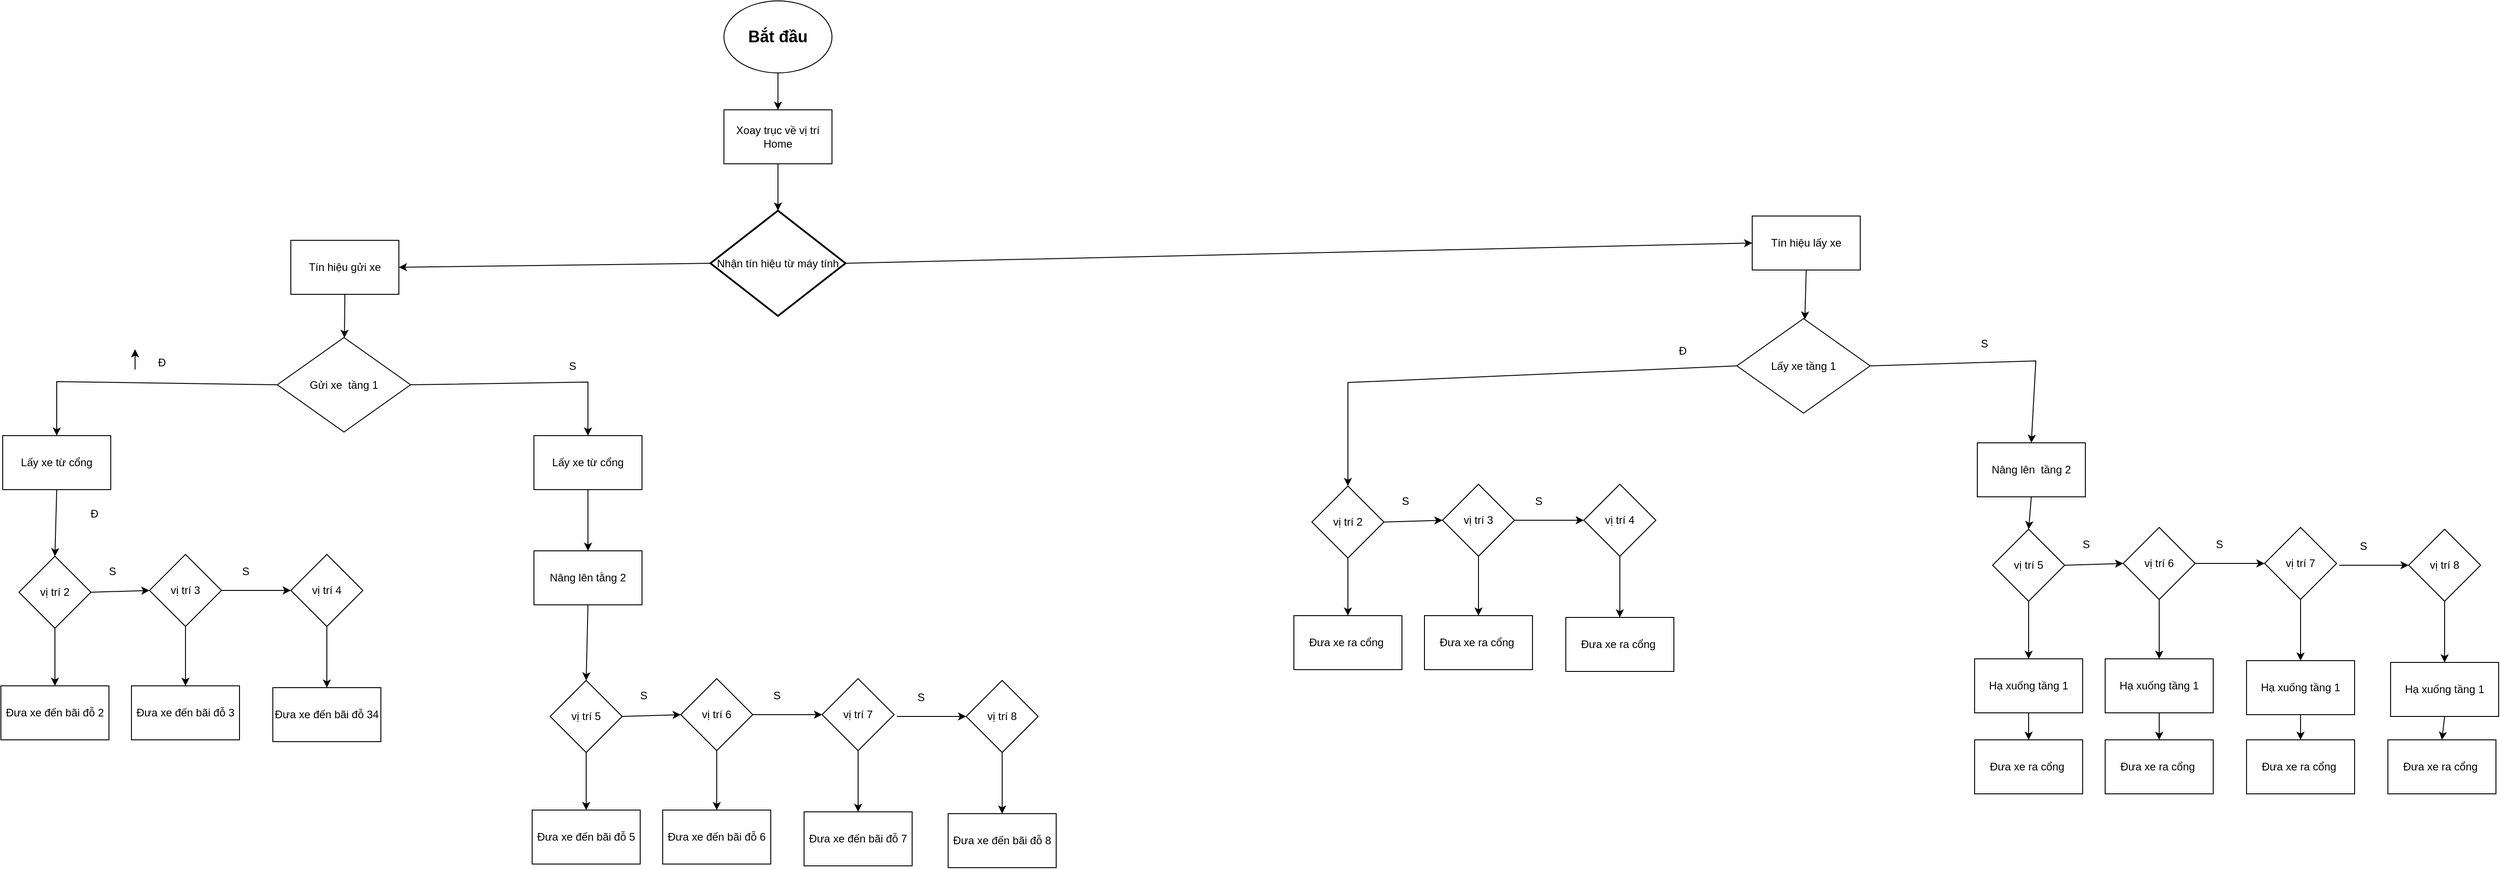
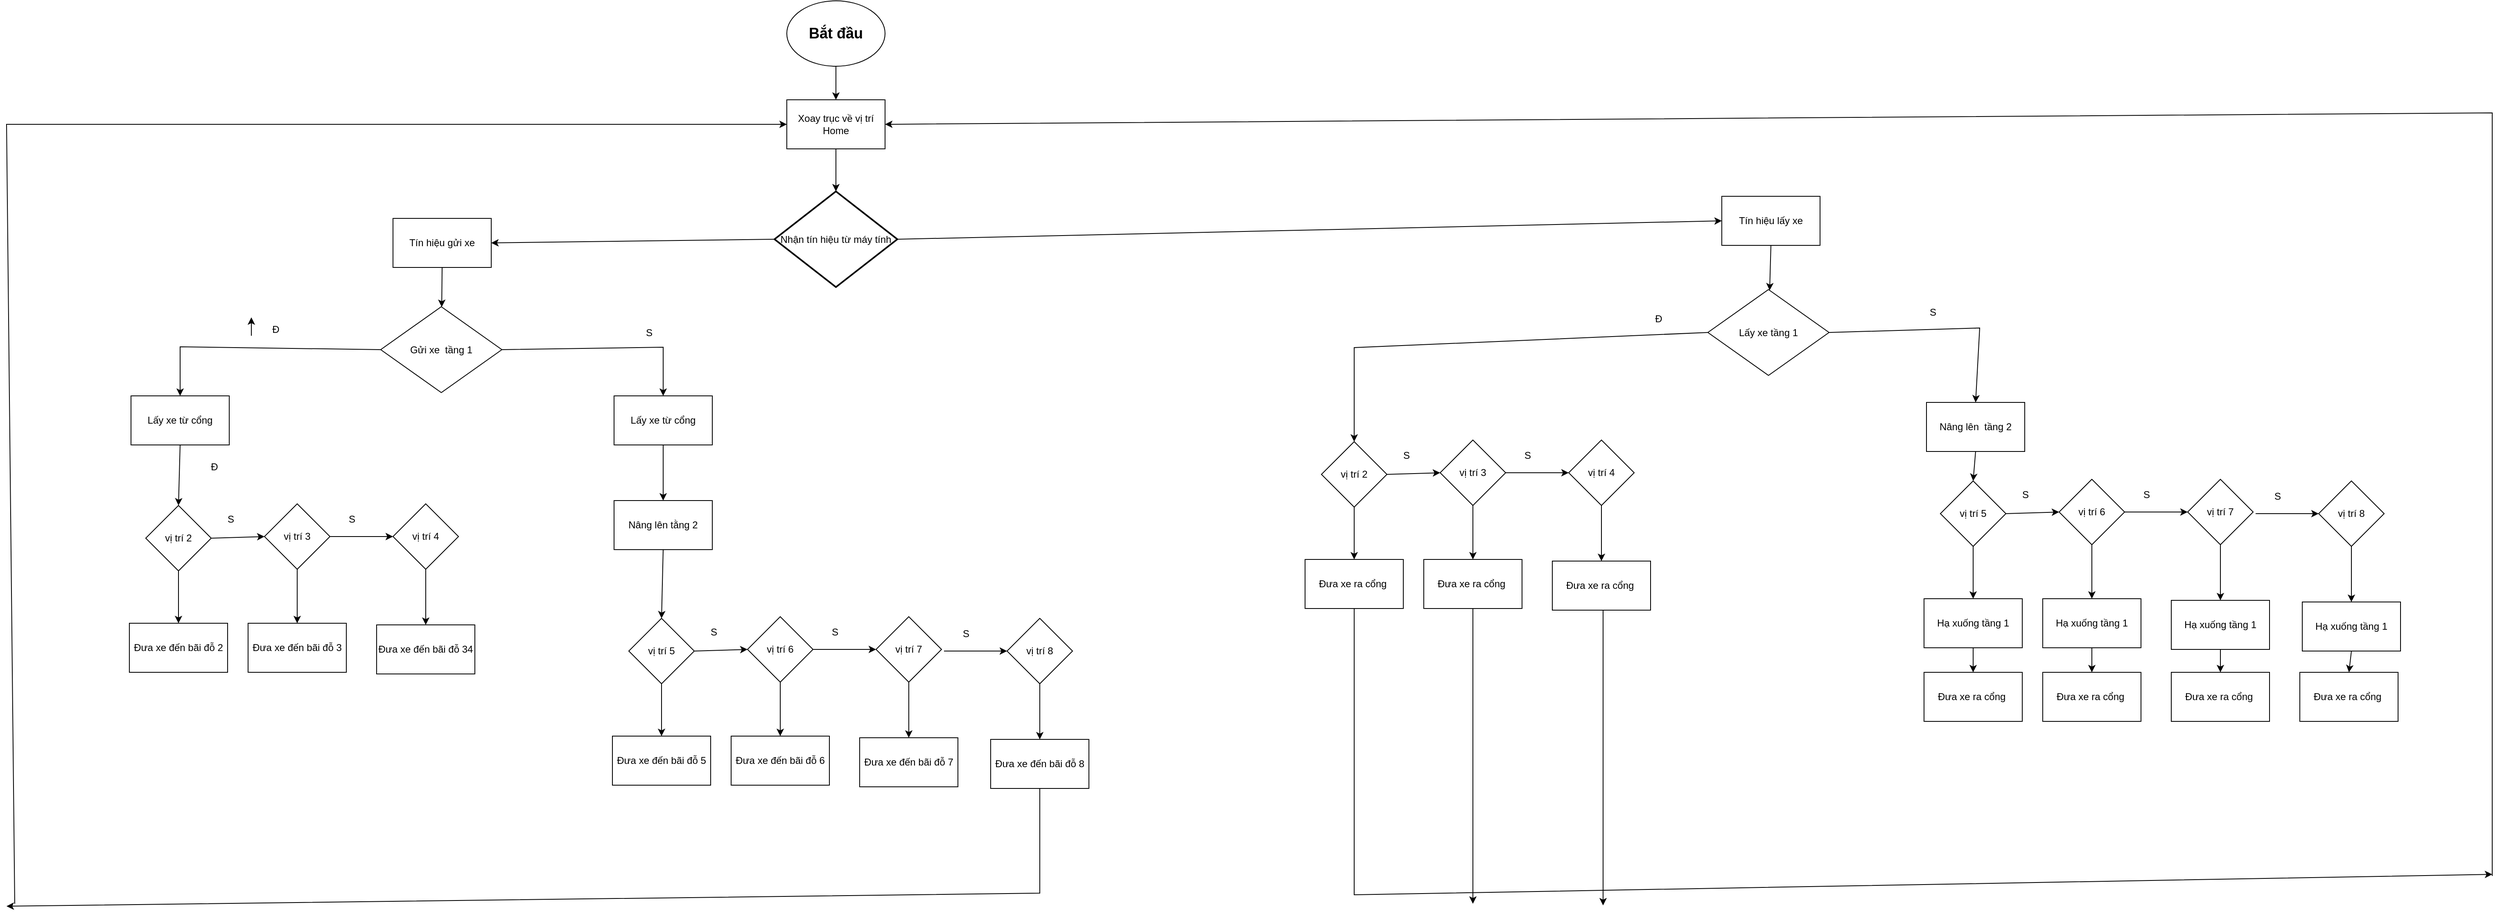
<mxfile host="app.diagrams.net">
  <diagram name="Page-1" id="GJrhtHB-xQ475z6E992f">
-     <mxGraphModel dx="2555" dy="4710" grid="0" gridSize="10" guides="1" tooltips="1" connect="1" arrows="0" fold="1" page="1" pageScale="1" pageWidth="4681" pageHeight="3300" math="0" shadow="0">
+     <mxGraphModel dx="2920" dy="4911" grid="0" gridSize="10" guides="1" tooltips="1" connect="1" arrows="0" fold="1" page="1" pageScale="1" pageWidth="4681" pageHeight="3300" math="0" shadow="0">
      <root>
        <mxCell id="0" />
        <mxCell id="1" parent="0" />
        <mxCell id="gv57a_h_J0GcEr8g6lP8-1" parent="1" style="ellipse;whiteSpace=wrap;html=1;" value="&lt;b&gt;&lt;font style=&quot;font-size: 18px;&quot;&gt;Bắt đầu&lt;/font&gt;&lt;/b&gt;" vertex="1">
          <mxGeometry height="80" width="120" x="1292" y="-2869" as="geometry" />
        </mxCell>
        <mxCell id="gv57a_h_J0GcEr8g6lP8-4" parent="1" style="rounded=0;whiteSpace=wrap;html=1;" value="Xoay trục về vị trí Home" vertex="1">
          <mxGeometry height="60" width="120" x="1292" y="-2748" as="geometry" />
        </mxCell>
        <mxCell id="gv57a_h_J0GcEr8g6lP8-5" edge="1" parent="1" source="gv57a_h_J0GcEr8g6lP8-1" style="endArrow=classic;html=1;rounded=0;exitX=0.5;exitY=1;exitDx=0;exitDy=0;entryX=0.5;entryY=0;entryDx=0;entryDy=0;" target="gv57a_h_J0GcEr8g6lP8-4" value="">
          <mxGeometry height="50" relative="1" width="50" as="geometry">
            <mxPoint x="1364" y="-2559" as="sourcePoint" />
            <mxPoint x="1414" y="-2609" as="targetPoint" />
          </mxGeometry>
        </mxCell>
        <mxCell id="gv57a_h_J0GcEr8g6lP8-7" edge="1" parent="1" source="gv57a_h_J0GcEr8g6lP8-4" style="endArrow=classic;html=1;rounded=0;exitX=0.5;exitY=1;exitDx=0;exitDy=0;entryX=0.5;entryY=0;entryDx=0;entryDy=0;entryPerimeter=0;" target="gv57a_h_J0GcEr8g6lP8-8" value="">
          <mxGeometry height="50" relative="1" width="50" as="geometry">
            <mxPoint x="1364" y="-2559" as="sourcePoint" />
            <mxPoint x="1352" y="-2634" as="targetPoint" />
          </mxGeometry>
        </mxCell>
        <mxCell id="gv57a_h_J0GcEr8g6lP8-8" parent="1" style="strokeWidth=2;html=1;shape=mxgraph.flowchart.decision;whiteSpace=wrap;" value="Nhận tín hiệu từ máy tính" vertex="1">
          <mxGeometry height="117" width="150" x="1277" y="-2636" as="geometry" />
        </mxCell>
        <mxCell id="gv57a_h_J0GcEr8g6lP8-9" parent="1" style="rounded=0;whiteSpace=wrap;html=1;" value="Tín hiệu lấy xe" vertex="1">
          <mxGeometry height="60" width="120" x="2434" y="-2630" as="geometry" />
        </mxCell>
        <mxCell id="gv57a_h_J0GcEr8g6lP8-10" parent="1" style="rounded=0;whiteSpace=wrap;html=1;" value="Tín hiệu gửi xe" vertex="1">
          <mxGeometry height="60" width="120" x="811" y="-2603" as="geometry" />
        </mxCell>
        <mxCell id="gv57a_h_J0GcEr8g6lP8-11" edge="1" parent="1" source="gv57a_h_J0GcEr8g6lP8-8" style="endArrow=classic;html=1;rounded=0;exitX=1;exitY=0.5;exitDx=0;exitDy=0;exitPerimeter=0;entryX=0;entryY=0.5;entryDx=0;entryDy=0;" target="gv57a_h_J0GcEr8g6lP8-9" value="">
          <mxGeometry height="50" relative="1" width="50" as="geometry">
            <mxPoint x="1811" y="-2581" as="sourcePoint" />
            <mxPoint x="1820" y="-2612.5" as="targetPoint" />
          </mxGeometry>
        </mxCell>
        <mxCell id="gv57a_h_J0GcEr8g6lP8-12" edge="1" parent="1" source="gv57a_h_J0GcEr8g6lP8-8" style="endArrow=classic;html=1;rounded=0;entryX=1;entryY=0.5;entryDx=0;entryDy=0;exitX=0;exitY=0.5;exitDx=0;exitDy=0;exitPerimeter=0;" target="gv57a_h_J0GcEr8g6lP8-10" value="">
          <mxGeometry height="50" relative="1" width="50" as="geometry">
            <mxPoint x="1158" y="-2571.5" as="sourcePoint" />
            <mxPoint x="1319" y="-2603.5" as="targetPoint" />
          </mxGeometry>
        </mxCell>
        <mxCell id="gv57a_h_J0GcEr8g6lP8-13" parent="1" style="rhombus;whiteSpace=wrap;html=1;" value="Gửi xe&amp;nbsp; tầng 1" vertex="1">
          <mxGeometry height="105" width="148" x="796" y="-2495" as="geometry" />
        </mxCell>
        <mxCell id="gv57a_h_J0GcEr8g6lP8-14" edge="1" parent="1" source="gv57a_h_J0GcEr8g6lP8-10" style="endArrow=classic;html=1;rounded=0;exitX=0.5;exitY=1;exitDx=0;exitDy=0;" target="gv57a_h_J0GcEr8g6lP8-13" value="">
          <mxGeometry height="50" relative="1" width="50" as="geometry">
            <mxPoint x="1302" y="-2453.5" as="sourcePoint" />
            <mxPoint x="1352" y="-2503.5" as="targetPoint" />
          </mxGeometry>
        </mxCell>
        <mxCell id="gv57a_h_J0GcEr8g6lP8-15" parent="1" style="rounded=0;whiteSpace=wrap;html=1;" value="Lấy xe từ cổng" vertex="1">
          <mxGeometry height="60" width="120" x="491" y="-2386" as="geometry" />
        </mxCell>
        <mxCell id="gv57a_h_J0GcEr8g6lP8-16" parent="1" style="rounded=0;whiteSpace=wrap;html=1;" value="Lấy xe từ cổng" vertex="1">
          <mxGeometry height="60" width="120" x="1081" y="-2386" as="geometry" />
        </mxCell>
        <mxCell id="gv57a_h_J0GcEr8g6lP8-17" edge="1" parent="1" source="gv57a_h_J0GcEr8g6lP8-13" style="endArrow=classic;html=1;rounded=0;exitX=1;exitY=0.5;exitDx=0;exitDy=0;entryX=0.5;entryY=0;entryDx=0;entryDy=0;" target="gv57a_h_J0GcEr8g6lP8-16" value="">
          <mxGeometry height="50" relative="1" width="50" as="geometry">
            <Array as="points">
              <mxPoint x="1141" y="-2445.5" />
            </Array>
            <mxPoint x="1269" y="-2453.5" as="sourcePoint" />
            <mxPoint x="1319" y="-2503.5" as="targetPoint" />
          </mxGeometry>
        </mxCell>
        <mxCell id="gv57a_h_J0GcEr8g6lP8-18" edge="1" parent="1" source="gv57a_h_J0GcEr8g6lP8-13" style="endArrow=classic;html=1;rounded=0;exitX=0;exitY=0.5;exitDx=0;exitDy=0;entryX=0.5;entryY=0;entryDx=0;entryDy=0;" target="gv57a_h_J0GcEr8g6lP8-15" value="">
          <mxGeometry height="50" relative="1" width="50" as="geometry">
            <Array as="points">
              <mxPoint x="551" y="-2446" />
            </Array>
            <mxPoint x="1386" y="-2459" as="sourcePoint" />
            <mxPoint x="1436" y="-2509" as="targetPoint" />
          </mxGeometry>
        </mxCell>
        <mxCell id="gv57a_h_J0GcEr8g6lP8-19" parent="1" style="rhombus;whiteSpace=wrap;html=1;" value="Lấy xe tầng 1" vertex="1">
          <mxGeometry height="105" width="148" x="2417" y="-2516" as="geometry" />
        </mxCell>
        <mxCell id="gv57a_h_J0GcEr8g6lP8-22" edge="1" parent="1" source="gv57a_h_J0GcEr8g6lP8-19" style="endArrow=classic;html=1;rounded=0;exitX=1;exitY=0.5;exitDx=0;exitDy=0;entryX=0.5;entryY=0;entryDx=0;entryDy=0;" target="Hq5QgyVw3-6yqGqQHbII-15" value="">
          <mxGeometry height="50" relative="1" width="50" as="geometry">
            <Array as="points">
              <mxPoint x="2749" y="-2469" />
            </Array>
            <mxPoint x="3198" y="-2478.5" as="sourcePoint" />
            <mxPoint x="2727.0000000000005" y="-2378.5" as="targetPoint" />
          </mxGeometry>
        </mxCell>
        <mxCell id="gv57a_h_J0GcEr8g6lP8-23" edge="1" parent="1" source="gv57a_h_J0GcEr8g6lP8-19" style="endArrow=classic;html=1;rounded=0;exitX=0;exitY=0.5;exitDx=0;exitDy=0;entryX=0.5;entryY=0;entryDx=0;entryDy=0;" target="Hq5QgyVw3-6yqGqQHbII-1" value="">
          <mxGeometry height="50" relative="1" width="50" as="geometry">
            <Array as="points">
              <mxPoint x="1985" y="-2445" />
            </Array>
            <mxPoint x="2222" y="-2462.5" as="sourcePoint" />
            <mxPoint x="1860" y="-2363.5" as="targetPoint" />
          </mxGeometry>
        </mxCell>
        <mxCell id="gv57a_h_J0GcEr8g6lP8-24" edge="1" parent="1" source="gv57a_h_J0GcEr8g6lP8-9" style="endArrow=classic;html=1;rounded=0;exitX=0.5;exitY=1;exitDx=0;exitDy=0;" target="gv57a_h_J0GcEr8g6lP8-19" value="">
          <mxGeometry height="50" relative="1" width="50" as="geometry">
            <mxPoint x="1770" y="-2383.5" as="sourcePoint" />
            <mxPoint x="1820" y="-2433.5" as="targetPoint" />
          </mxGeometry>
        </mxCell>
        <mxCell id="gv57a_h_J0GcEr8g6lP8-25" parent="1" style="text;html=1;whiteSpace=wrap;strokeColor=none;fillColor=none;align=center;verticalAlign=middle;rounded=0;" value="Đ" vertex="1">
          <mxGeometry height="30" width="60" x="638" y="-2482" as="geometry" />
        </mxCell>
        <mxCell id="gv57a_h_J0GcEr8g6lP8-26" parent="1" style="text;html=1;whiteSpace=wrap;strokeColor=none;fillColor=none;align=center;verticalAlign=middle;rounded=0;" value="S" vertex="1">
          <mxGeometry height="30" width="60" x="1094" y="-2478.5" as="geometry" />
        </mxCell>
        <mxCell id="gv57a_h_J0GcEr8g6lP8-28" parent="1" style="text;html=1;whiteSpace=wrap;strokeColor=none;fillColor=none;align=center;verticalAlign=middle;rounded=0;" value="Đ" vertex="1">
          <mxGeometry height="30" width="60" x="2327" y="-2495" as="geometry" />
        </mxCell>
        <mxCell id="gv57a_h_J0GcEr8g6lP8-30" parent="1" style="text;html=1;whiteSpace=wrap;strokeColor=none;fillColor=none;align=center;verticalAlign=middle;rounded=0;" value="S" vertex="1">
          <mxGeometry height="30" width="60" x="2662" y="-2503" as="geometry" />
        </mxCell>
        <mxCell id="gv57a_h_J0GcEr8g6lP8-31" parent="1" style="rhombus;whiteSpace=wrap;html=1;" value="vị trí 2" vertex="1">
          <mxGeometry height="80" width="80" x="509" y="-2252" as="geometry" />
        </mxCell>
        <mxCell id="gv57a_h_J0GcEr8g6lP8-32" parent="1" style="rhombus;whiteSpace=wrap;html=1;" value="vị trí 3" vertex="1">
          <mxGeometry height="80" width="80" x="654" y="-2254" as="geometry" />
        </mxCell>
        <mxCell id="gv57a_h_J0GcEr8g6lP8-33" parent="1" style="rhombus;whiteSpace=wrap;html=1;" value="vị trí 4" vertex="1">
          <mxGeometry height="80" width="80" x="811" y="-2254" as="geometry" />
        </mxCell>
        <mxCell id="gv57a_h_J0GcEr8g6lP8-37" edge="1" parent="1" source="gv57a_h_J0GcEr8g6lP8-31" style="endArrow=classic;html=1;rounded=0;exitX=1;exitY=0.5;exitDx=0;exitDy=0;entryX=0;entryY=0.5;entryDx=0;entryDy=0;" target="gv57a_h_J0GcEr8g6lP8-32" value="">
          <mxGeometry height="50" relative="1" width="50" as="geometry">
            <mxPoint x="1128" y="-2278" as="sourcePoint" />
            <mxPoint x="1178" y="-2328" as="targetPoint" />
          </mxGeometry>
        </mxCell>
        <mxCell id="gv57a_h_J0GcEr8g6lP8-38" edge="1" parent="1" source="gv57a_h_J0GcEr8g6lP8-15" style="endArrow=classic;html=1;rounded=0;exitX=0.5;exitY=1;exitDx=0;exitDy=0;entryX=0.5;entryY=0;entryDx=0;entryDy=0;" target="gv57a_h_J0GcEr8g6lP8-31" value="">
          <mxGeometry height="50" relative="1" width="50" as="geometry">
            <mxPoint x="1121" y="-2266" as="sourcePoint" />
            <mxPoint x="1171" y="-2316" as="targetPoint" />
          </mxGeometry>
        </mxCell>
        <mxCell id="gv57a_h_J0GcEr8g6lP8-39" edge="1" parent="1" source="gv57a_h_J0GcEr8g6lP8-32" style="endArrow=classic;html=1;rounded=0;exitX=1;exitY=0.5;exitDx=0;exitDy=0;entryX=0;entryY=0.5;entryDx=0;entryDy=0;" target="gv57a_h_J0GcEr8g6lP8-33" value="">
          <mxGeometry height="50" relative="1" width="50" as="geometry">
            <mxPoint x="1121" y="-2266" as="sourcePoint" />
            <mxPoint x="1171" y="-2316" as="targetPoint" />
          </mxGeometry>
        </mxCell>
        <mxCell id="qodCVxMkwnfkt2WPn_CC-1" parent="1" style="text;html=1;whiteSpace=wrap;strokeColor=none;fillColor=none;align=center;verticalAlign=middle;rounded=0;" value="Đ" vertex="1">
          <mxGeometry height="30" width="60" x="563" y="-2314" as="geometry" />
        </mxCell>
        <mxCell id="qodCVxMkwnfkt2WPn_CC-2" parent="1" style="text;html=1;whiteSpace=wrap;strokeColor=none;fillColor=none;align=center;verticalAlign=middle;rounded=0;" value="S" vertex="1">
          <mxGeometry height="30" width="60" x="583" y="-2250" as="geometry" />
        </mxCell>
        <mxCell id="qodCVxMkwnfkt2WPn_CC-3" parent="1" style="text;html=1;whiteSpace=wrap;strokeColor=none;fillColor=none;align=center;verticalAlign=middle;rounded=0;" value="S" vertex="1">
          <mxGeometry height="30" width="60" x="731" y="-2250" as="geometry" />
        </mxCell>
        <mxCell id="qodCVxMkwnfkt2WPn_CC-4" parent="1" style="rounded=0;whiteSpace=wrap;html=1;" value="Đưa xe đến bãi đỗ 2" vertex="1">
          <mxGeometry height="60" width="120" x="489" y="-2108" as="geometry" />
        </mxCell>
        <mxCell id="qodCVxMkwnfkt2WPn_CC-5" edge="1" parent="1" source="gv57a_h_J0GcEr8g6lP8-31" style="endArrow=classic;html=1;rounded=0;exitX=0.5;exitY=1;exitDx=0;exitDy=0;entryX=0.5;entryY=0;entryDx=0;entryDy=0;" target="qodCVxMkwnfkt2WPn_CC-4" value="">
          <mxGeometry height="50" relative="1" width="50" as="geometry">
            <mxPoint x="1106" y="-2136" as="sourcePoint" />
            <mxPoint x="1156" y="-2186" as="targetPoint" />
          </mxGeometry>
        </mxCell>
        <mxCell id="qodCVxMkwnfkt2WPn_CC-6" parent="1" style="rounded=0;whiteSpace=wrap;html=1;" value="Đưa xe đến bãi đỗ 3" vertex="1">
          <mxGeometry height="60" width="120" x="634" y="-2108" as="geometry" />
        </mxCell>
        <mxCell id="qodCVxMkwnfkt2WPn_CC-7" parent="1" style="rounded=0;whiteSpace=wrap;html=1;" value="Đưa xe đến bãi đỗ 34" vertex="1">
          <mxGeometry height="60" width="120" x="791" y="-2106" as="geometry" />
        </mxCell>
        <mxCell id="qodCVxMkwnfkt2WPn_CC-8" edge="1" parent="1" source="gv57a_h_J0GcEr8g6lP8-32" style="endArrow=classic;html=1;rounded=0;exitX=0.5;exitY=1;exitDx=0;exitDy=0;entryX=0.5;entryY=0;entryDx=0;entryDy=0;" target="qodCVxMkwnfkt2WPn_CC-6" value="">
          <mxGeometry height="50" relative="1" width="50" as="geometry">
            <mxPoint x="1106" y="-2136" as="sourcePoint" />
            <mxPoint x="1156" y="-2186" as="targetPoint" />
          </mxGeometry>
        </mxCell>
        <mxCell id="qodCVxMkwnfkt2WPn_CC-9" edge="1" parent="1" source="gv57a_h_J0GcEr8g6lP8-33" style="endArrow=classic;html=1;rounded=0;exitX=0.5;exitY=1;exitDx=0;exitDy=0;entryX=0.5;entryY=0;entryDx=0;entryDy=0;" target="qodCVxMkwnfkt2WPn_CC-7" value="">
          <mxGeometry height="50" relative="1" width="50" as="geometry">
            <mxPoint x="1106" y="-2136" as="sourcePoint" />
            <mxPoint x="1156" y="-2186" as="targetPoint" />
          </mxGeometry>
        </mxCell>
        <mxCell id="qodCVxMkwnfkt2WPn_CC-10" edge="1" parent="1" source="gv57a_h_J0GcEr8g6lP8-25" style="edgeStyle=orthogonalEdgeStyle;rounded=0;orthogonalLoop=1;jettySize=auto;html=1;exitX=0;exitY=0.75;exitDx=0;exitDy=0;entryX=0;entryY=0;entryDx=0;entryDy=0;" target="gv57a_h_J0GcEr8g6lP8-25">
          <mxGeometry relative="1" as="geometry" />
        </mxCell>
        <mxCell id="qodCVxMkwnfkt2WPn_CC-11" parent="1" style="rounded=0;whiteSpace=wrap;html=1;" value="Nâng lên tằng 2" vertex="1">
          <mxGeometry height="60" width="120" x="1081" y="-2258" as="geometry" />
        </mxCell>
        <mxCell id="qodCVxMkwnfkt2WPn_CC-12" parent="1" style="rhombus;whiteSpace=wrap;html=1;" value="vị trí 5" vertex="1">
          <mxGeometry height="80" width="80" x="1099" y="-2114" as="geometry" />
        </mxCell>
        <mxCell id="qodCVxMkwnfkt2WPn_CC-13" parent="1" style="rhombus;whiteSpace=wrap;html=1;" value="vị trí 6" vertex="1">
          <mxGeometry height="80" width="80" x="1244" y="-2116" as="geometry" />
        </mxCell>
        <mxCell id="qodCVxMkwnfkt2WPn_CC-14" parent="1" style="rhombus;whiteSpace=wrap;html=1;" value="vị trí 7" vertex="1">
          <mxGeometry height="80" width="80" x="1401" y="-2116" as="geometry" />
        </mxCell>
        <mxCell id="qodCVxMkwnfkt2WPn_CC-15" edge="1" parent="1" source="qodCVxMkwnfkt2WPn_CC-12" style="endArrow=classic;html=1;rounded=0;exitX=1;exitY=0.5;exitDx=0;exitDy=0;entryX=0;entryY=0.5;entryDx=0;entryDy=0;" target="qodCVxMkwnfkt2WPn_CC-13" value="">
          <mxGeometry height="50" relative="1" width="50" as="geometry">
            <mxPoint x="1718" y="-2140" as="sourcePoint" />
            <mxPoint x="1768" y="-2190" as="targetPoint" />
          </mxGeometry>
        </mxCell>
        <mxCell id="qodCVxMkwnfkt2WPn_CC-16" edge="1" parent="1" source="qodCVxMkwnfkt2WPn_CC-13" style="endArrow=classic;html=1;rounded=0;exitX=1;exitY=0.5;exitDx=0;exitDy=0;entryX=0;entryY=0.5;entryDx=0;entryDy=0;" target="qodCVxMkwnfkt2WPn_CC-14" value="">
          <mxGeometry height="50" relative="1" width="50" as="geometry">
            <mxPoint x="1711" y="-2128" as="sourcePoint" />
            <mxPoint x="1761" y="-2178" as="targetPoint" />
          </mxGeometry>
        </mxCell>
        <mxCell id="qodCVxMkwnfkt2WPn_CC-17" parent="1" style="text;html=1;whiteSpace=wrap;strokeColor=none;fillColor=none;align=center;verticalAlign=middle;rounded=0;" value="S" vertex="1">
          <mxGeometry height="30" width="60" x="1173" y="-2112" as="geometry" />
        </mxCell>
        <mxCell id="qodCVxMkwnfkt2WPn_CC-18" parent="1" style="text;html=1;whiteSpace=wrap;strokeColor=none;fillColor=none;align=center;verticalAlign=middle;rounded=0;" value="S" vertex="1">
          <mxGeometry height="30" width="60" x="1321" y="-2112" as="geometry" />
        </mxCell>
        <mxCell id="qodCVxMkwnfkt2WPn_CC-19" parent="1" style="rounded=0;whiteSpace=wrap;html=1;" value="Đưa xe đến bãi đỗ 5" vertex="1">
          <mxGeometry height="60" width="120" x="1079" y="-1970" as="geometry" />
        </mxCell>
        <mxCell id="qodCVxMkwnfkt2WPn_CC-20" edge="1" parent="1" source="qodCVxMkwnfkt2WPn_CC-12" style="endArrow=classic;html=1;rounded=0;exitX=0.5;exitY=1;exitDx=0;exitDy=0;entryX=0.5;entryY=0;entryDx=0;entryDy=0;" target="qodCVxMkwnfkt2WPn_CC-19" value="">
          <mxGeometry height="50" relative="1" width="50" as="geometry">
            <mxPoint x="1696" y="-1998" as="sourcePoint" />
            <mxPoint x="1746" y="-2048" as="targetPoint" />
          </mxGeometry>
        </mxCell>
        <mxCell id="qodCVxMkwnfkt2WPn_CC-21" parent="1" style="rounded=0;whiteSpace=wrap;html=1;" value="Đưa xe đến bãi đỗ 6" vertex="1">
          <mxGeometry height="60" width="120" x="1224" y="-1970" as="geometry" />
        </mxCell>
        <mxCell id="qodCVxMkwnfkt2WPn_CC-22" parent="1" style="rounded=0;whiteSpace=wrap;html=1;" value="Đưa xe đến bãi đỗ 7" vertex="1">
          <mxGeometry height="60" width="120" x="1381" y="-1968" as="geometry" />
        </mxCell>
        <mxCell id="qodCVxMkwnfkt2WPn_CC-23" edge="1" parent="1" source="qodCVxMkwnfkt2WPn_CC-13" style="endArrow=classic;html=1;rounded=0;exitX=0.5;exitY=1;exitDx=0;exitDy=0;entryX=0.5;entryY=0;entryDx=0;entryDy=0;" target="qodCVxMkwnfkt2WPn_CC-21" value="">
          <mxGeometry height="50" relative="1" width="50" as="geometry">
            <mxPoint x="1696" y="-1998" as="sourcePoint" />
            <mxPoint x="1746" y="-2048" as="targetPoint" />
          </mxGeometry>
        </mxCell>
        <mxCell id="qodCVxMkwnfkt2WPn_CC-24" edge="1" parent="1" source="qodCVxMkwnfkt2WPn_CC-14" style="endArrow=classic;html=1;rounded=0;exitX=0.5;exitY=1;exitDx=0;exitDy=0;entryX=0.5;entryY=0;entryDx=0;entryDy=0;" target="qodCVxMkwnfkt2WPn_CC-22" value="">
          <mxGeometry height="50" relative="1" width="50" as="geometry">
            <mxPoint x="1696" y="-1998" as="sourcePoint" />
            <mxPoint x="1746" y="-2048" as="targetPoint" />
          </mxGeometry>
        </mxCell>
        <mxCell id="qodCVxMkwnfkt2WPn_CC-25" parent="1" style="rhombus;whiteSpace=wrap;html=1;" value="vị trí 8" vertex="1">
          <mxGeometry height="80" width="80" x="1561" y="-2114" as="geometry" />
        </mxCell>
        <mxCell id="qodCVxMkwnfkt2WPn_CC-26" edge="1" parent="1" style="endArrow=classic;html=1;rounded=0;exitX=1;exitY=0.5;exitDx=0;exitDy=0;entryX=0;entryY=0.5;entryDx=0;entryDy=0;" target="qodCVxMkwnfkt2WPn_CC-25" value="">
          <mxGeometry height="50" relative="1" width="50" as="geometry">
            <mxPoint x="1484" y="-2074" as="sourcePoint" />
            <mxPoint x="1921" y="-2176" as="targetPoint" />
          </mxGeometry>
        </mxCell>
        <mxCell id="qodCVxMkwnfkt2WPn_CC-27" parent="1" style="text;html=1;whiteSpace=wrap;strokeColor=none;fillColor=none;align=center;verticalAlign=middle;rounded=0;" value="S" vertex="1">
          <mxGeometry height="30" width="60" x="1481" y="-2110" as="geometry" />
        </mxCell>
        <mxCell id="qodCVxMkwnfkt2WPn_CC-28" parent="1" style="rounded=0;whiteSpace=wrap;html=1;" value="Đưa xe đến bãi đỗ 8" vertex="1">
          <mxGeometry height="60" width="120" x="1541" y="-1966" as="geometry" />
        </mxCell>
        <mxCell id="qodCVxMkwnfkt2WPn_CC-29" edge="1" parent="1" source="qodCVxMkwnfkt2WPn_CC-25" style="endArrow=classic;html=1;rounded=0;exitX=0.5;exitY=1;exitDx=0;exitDy=0;entryX=0.5;entryY=0;entryDx=0;entryDy=0;" target="qodCVxMkwnfkt2WPn_CC-28" value="">
          <mxGeometry height="50" relative="1" width="50" as="geometry">
            <mxPoint x="1856" y="-1996" as="sourcePoint" />
            <mxPoint x="1906" y="-2046" as="targetPoint" />
          </mxGeometry>
        </mxCell>
        <mxCell id="qodCVxMkwnfkt2WPn_CC-30" edge="1" parent="1" source="gv57a_h_J0GcEr8g6lP8-16" style="endArrow=classic;html=1;rounded=0;exitX=0.5;exitY=1;exitDx=0;exitDy=0;entryX=0.5;entryY=0;entryDx=0;entryDy=0;" target="qodCVxMkwnfkt2WPn_CC-11" value="">
          <mxGeometry height="50" relative="1" width="50" as="geometry">
            <mxPoint x="1121" y="-2182" as="sourcePoint" />
            <mxPoint x="1171" y="-2232" as="targetPoint" />
          </mxGeometry>
        </mxCell>
        <mxCell id="qodCVxMkwnfkt2WPn_CC-31" edge="1" parent="1" source="qodCVxMkwnfkt2WPn_CC-11" style="endArrow=classic;html=1;rounded=0;exitX=0.5;exitY=1;exitDx=0;exitDy=0;entryX=0.5;entryY=0;entryDx=0;entryDy=0;" target="qodCVxMkwnfkt2WPn_CC-12" value="">
          <mxGeometry height="50" relative="1" width="50" as="geometry">
            <mxPoint x="1121" y="-2182" as="sourcePoint" />
            <mxPoint x="1171" y="-2232" as="targetPoint" />
          </mxGeometry>
        </mxCell>
        <mxCell id="Hq5QgyVw3-6yqGqQHbII-1" parent="1" style="rhombus;whiteSpace=wrap;html=1;" value="vị trí 2" vertex="1">
          <mxGeometry height="80" width="80" x="1945" y="-2330" as="geometry" />
        </mxCell>
        <mxCell id="Hq5QgyVw3-6yqGqQHbII-2" parent="1" style="rhombus;whiteSpace=wrap;html=1;" value="vị trí 3" vertex="1">
          <mxGeometry height="80" width="80" x="2090" y="-2332" as="geometry" />
        </mxCell>
        <mxCell id="Hq5QgyVw3-6yqGqQHbII-3" parent="1" style="rhombus;whiteSpace=wrap;html=1;" value="vị trí 4" vertex="1">
          <mxGeometry height="80" width="80" x="2247" y="-2332" as="geometry" />
        </mxCell>
        <mxCell id="Hq5QgyVw3-6yqGqQHbII-4" edge="1" parent="1" source="Hq5QgyVw3-6yqGqQHbII-1" style="endArrow=classic;html=1;rounded=0;exitX=1;exitY=0.5;exitDx=0;exitDy=0;entryX=0;entryY=0.5;entryDx=0;entryDy=0;" target="Hq5QgyVw3-6yqGqQHbII-2" value="">
          <mxGeometry height="50" relative="1" width="50" as="geometry">
            <mxPoint x="2564" y="-2356" as="sourcePoint" />
            <mxPoint x="2614" y="-2406" as="targetPoint" />
          </mxGeometry>
        </mxCell>
        <mxCell id="Hq5QgyVw3-6yqGqQHbII-5" edge="1" parent="1" source="Hq5QgyVw3-6yqGqQHbII-2" style="endArrow=classic;html=1;rounded=0;exitX=1;exitY=0.5;exitDx=0;exitDy=0;entryX=0;entryY=0.5;entryDx=0;entryDy=0;" target="Hq5QgyVw3-6yqGqQHbII-3" value="">
          <mxGeometry height="50" relative="1" width="50" as="geometry">
            <mxPoint x="2557" y="-2344" as="sourcePoint" />
            <mxPoint x="2607" y="-2394" as="targetPoint" />
          </mxGeometry>
        </mxCell>
        <mxCell id="Hq5QgyVw3-6yqGqQHbII-6" parent="1" style="text;html=1;whiteSpace=wrap;strokeColor=none;fillColor=none;align=center;verticalAlign=middle;rounded=0;" value="S" vertex="1">
          <mxGeometry height="30" width="60" x="2019" y="-2328" as="geometry" />
        </mxCell>
        <mxCell id="Hq5QgyVw3-6yqGqQHbII-7" parent="1" style="text;html=1;whiteSpace=wrap;strokeColor=none;fillColor=none;align=center;verticalAlign=middle;rounded=0;" value="S" vertex="1">
          <mxGeometry height="30" width="60" x="2167" y="-2328" as="geometry" />
        </mxCell>
        <mxCell id="Hq5QgyVw3-6yqGqQHbII-8" parent="1" style="rounded=0;whiteSpace=wrap;html=1;" value="Đưa xe ra cổng&amp;nbsp;" vertex="1">
          <mxGeometry height="60" width="120" x="1925" y="-2186" as="geometry" />
        </mxCell>
        <mxCell id="Hq5QgyVw3-6yqGqQHbII-9" edge="1" parent="1" source="Hq5QgyVw3-6yqGqQHbII-1" style="endArrow=classic;html=1;rounded=0;exitX=0.5;exitY=1;exitDx=0;exitDy=0;entryX=0.5;entryY=0;entryDx=0;entryDy=0;" target="Hq5QgyVw3-6yqGqQHbII-8" value="">
          <mxGeometry height="50" relative="1" width="50" as="geometry">
            <mxPoint x="2542" y="-2214" as="sourcePoint" />
            <mxPoint x="2592" y="-2264" as="targetPoint" />
          </mxGeometry>
        </mxCell>
        <mxCell id="Hq5QgyVw3-6yqGqQHbII-10" parent="1" style="rounded=0;whiteSpace=wrap;html=1;" value="Đưa xe ra cổng&amp;nbsp;" vertex="1">
          <mxGeometry height="60" width="120" x="2070" y="-2186" as="geometry" />
        </mxCell>
        <mxCell id="Hq5QgyVw3-6yqGqQHbII-11" parent="1" style="rounded=0;whiteSpace=wrap;html=1;" value="Đưa xe ra cổng&amp;nbsp;" vertex="1">
          <mxGeometry height="60" width="120" x="2227" y="-2184" as="geometry" />
        </mxCell>
        <mxCell id="Hq5QgyVw3-6yqGqQHbII-12" edge="1" parent="1" source="Hq5QgyVw3-6yqGqQHbII-2" style="endArrow=classic;html=1;rounded=0;exitX=0.5;exitY=1;exitDx=0;exitDy=0;entryX=0.5;entryY=0;entryDx=0;entryDy=0;" target="Hq5QgyVw3-6yqGqQHbII-10" value="">
          <mxGeometry height="50" relative="1" width="50" as="geometry">
            <mxPoint x="2542" y="-2214" as="sourcePoint" />
            <mxPoint x="2592" y="-2264" as="targetPoint" />
          </mxGeometry>
        </mxCell>
        <mxCell id="Hq5QgyVw3-6yqGqQHbII-13" edge="1" parent="1" source="Hq5QgyVw3-6yqGqQHbII-3" style="endArrow=classic;html=1;rounded=0;exitX=0.5;exitY=1;exitDx=0;exitDy=0;entryX=0.5;entryY=0;entryDx=0;entryDy=0;" target="Hq5QgyVw3-6yqGqQHbII-11" value="">
          <mxGeometry height="50" relative="1" width="50" as="geometry">
            <mxPoint x="2542" y="-2214" as="sourcePoint" />
            <mxPoint x="2592" y="-2264" as="targetPoint" />
          </mxGeometry>
        </mxCell>
        <mxCell id="Hq5QgyVw3-6yqGqQHbII-15" parent="1" style="rounded=0;whiteSpace=wrap;html=1;" value="Nâng lên&amp;nbsp; tầng 2" vertex="1">
          <mxGeometry height="60" width="120" x="2684" y="-2378" as="geometry" />
        </mxCell>
        <mxCell id="Hq5QgyVw3-6yqGqQHbII-16" parent="1" style="rhombus;whiteSpace=wrap;html=1;" value="vị trí 5" vertex="1">
          <mxGeometry height="80" width="80" x="2701" y="-2282" as="geometry" />
        </mxCell>
        <mxCell id="Hq5QgyVw3-6yqGqQHbII-17" parent="1" style="rhombus;whiteSpace=wrap;html=1;" value="vị trí 6" vertex="1">
          <mxGeometry height="80" width="80" x="2846" y="-2284" as="geometry" />
        </mxCell>
        <mxCell id="Hq5QgyVw3-6yqGqQHbII-18" parent="1" style="rhombus;whiteSpace=wrap;html=1;" value="vị trí 7" vertex="1">
          <mxGeometry height="80" width="80" x="3003" y="-2284" as="geometry" />
        </mxCell>
        <mxCell id="Hq5QgyVw3-6yqGqQHbII-19" edge="1" parent="1" source="Hq5QgyVw3-6yqGqQHbII-16" style="endArrow=classic;html=1;rounded=0;exitX=1;exitY=0.5;exitDx=0;exitDy=0;entryX=0;entryY=0.5;entryDx=0;entryDy=0;" target="Hq5QgyVw3-6yqGqQHbII-17" value="">
          <mxGeometry height="50" relative="1" width="50" as="geometry">
            <mxPoint x="3320" y="-2308" as="sourcePoint" />
            <mxPoint x="3370" y="-2358" as="targetPoint" />
          </mxGeometry>
        </mxCell>
        <mxCell id="Hq5QgyVw3-6yqGqQHbII-20" edge="1" parent="1" source="Hq5QgyVw3-6yqGqQHbII-17" style="endArrow=classic;html=1;rounded=0;exitX=1;exitY=0.5;exitDx=0;exitDy=0;entryX=0;entryY=0.5;entryDx=0;entryDy=0;" target="Hq5QgyVw3-6yqGqQHbII-18" value="">
          <mxGeometry height="50" relative="1" width="50" as="geometry">
            <mxPoint x="3313" y="-2296" as="sourcePoint" />
            <mxPoint x="3363" y="-2346" as="targetPoint" />
          </mxGeometry>
        </mxCell>
        <mxCell id="Hq5QgyVw3-6yqGqQHbII-21" parent="1" style="text;html=1;whiteSpace=wrap;strokeColor=none;fillColor=none;align=center;verticalAlign=middle;rounded=0;" value="S" vertex="1">
          <mxGeometry height="30" width="60" x="2775" y="-2280" as="geometry" />
        </mxCell>
        <mxCell id="Hq5QgyVw3-6yqGqQHbII-22" parent="1" style="text;html=1;whiteSpace=wrap;strokeColor=none;fillColor=none;align=center;verticalAlign=middle;rounded=0;" value="S" vertex="1">
          <mxGeometry height="30" width="60" x="2923" y="-2280" as="geometry" />
        </mxCell>
        <mxCell id="Hq5QgyVw3-6yqGqQHbII-23" parent="1" style="rounded=0;whiteSpace=wrap;html=1;" value="Hạ xuống tầng 1" vertex="1">
          <mxGeometry height="60" width="120" x="2681" y="-2138" as="geometry" />
        </mxCell>
        <mxCell id="Hq5QgyVw3-6yqGqQHbII-24" edge="1" parent="1" source="Hq5QgyVw3-6yqGqQHbII-16" style="endArrow=classic;html=1;rounded=0;exitX=0.5;exitY=1;exitDx=0;exitDy=0;entryX=0.5;entryY=0;entryDx=0;entryDy=0;" target="Hq5QgyVw3-6yqGqQHbII-23" value="">
          <mxGeometry height="50" relative="1" width="50" as="geometry">
            <mxPoint x="3298" y="-2166" as="sourcePoint" />
            <mxPoint x="3348" y="-2216" as="targetPoint" />
          </mxGeometry>
        </mxCell>
        <mxCell id="Hq5QgyVw3-6yqGqQHbII-25" parent="1" style="rounded=0;whiteSpace=wrap;html=1;" value="Hạ xuống tầng 1" vertex="1">
          <mxGeometry height="60" width="120" x="2826" y="-2138" as="geometry" />
        </mxCell>
        <mxCell id="Hq5QgyVw3-6yqGqQHbII-26" parent="1" style="rounded=0;whiteSpace=wrap;html=1;" value="Hạ xuống tầng 1" vertex="1">
          <mxGeometry height="60" width="120" x="2983" y="-2136" as="geometry" />
        </mxCell>
        <mxCell id="Hq5QgyVw3-6yqGqQHbII-27" edge="1" parent="1" source="Hq5QgyVw3-6yqGqQHbII-17" style="endArrow=classic;html=1;rounded=0;exitX=0.5;exitY=1;exitDx=0;exitDy=0;entryX=0.5;entryY=0;entryDx=0;entryDy=0;" target="Hq5QgyVw3-6yqGqQHbII-25" value="">
          <mxGeometry height="50" relative="1" width="50" as="geometry">
            <mxPoint x="3298" y="-2166" as="sourcePoint" />
            <mxPoint x="3348" y="-2216" as="targetPoint" />
          </mxGeometry>
        </mxCell>
        <mxCell id="Hq5QgyVw3-6yqGqQHbII-28" edge="1" parent="1" source="Hq5QgyVw3-6yqGqQHbII-18" style="endArrow=classic;html=1;rounded=0;exitX=0.5;exitY=1;exitDx=0;exitDy=0;entryX=0.5;entryY=0;entryDx=0;entryDy=0;" target="Hq5QgyVw3-6yqGqQHbII-26" value="">
          <mxGeometry height="50" relative="1" width="50" as="geometry">
            <mxPoint x="3298" y="-2166" as="sourcePoint" />
            <mxPoint x="3348" y="-2216" as="targetPoint" />
          </mxGeometry>
        </mxCell>
        <mxCell id="Hq5QgyVw3-6yqGqQHbII-29" parent="1" style="rhombus;whiteSpace=wrap;html=1;" value="vị trí 8" vertex="1">
          <mxGeometry height="80" width="80" x="3163" y="-2282" as="geometry" />
        </mxCell>
        <mxCell id="Hq5QgyVw3-6yqGqQHbII-30" edge="1" parent="1" style="endArrow=classic;html=1;rounded=0;exitX=1;exitY=0.5;exitDx=0;exitDy=0;entryX=0;entryY=0.5;entryDx=0;entryDy=0;" target="Hq5QgyVw3-6yqGqQHbII-29" value="">
          <mxGeometry height="50" relative="1" width="50" as="geometry">
            <mxPoint x="3086" y="-2242" as="sourcePoint" />
            <mxPoint x="3523" y="-2344" as="targetPoint" />
          </mxGeometry>
        </mxCell>
        <mxCell id="Hq5QgyVw3-6yqGqQHbII-31" parent="1" style="text;html=1;whiteSpace=wrap;strokeColor=none;fillColor=none;align=center;verticalAlign=middle;rounded=0;" value="S" vertex="1">
          <mxGeometry height="30" width="60" x="3083" y="-2278" as="geometry" />
        </mxCell>
        <mxCell id="Hq5QgyVw3-6yqGqQHbII-32" parent="1" style="rounded=0;whiteSpace=wrap;html=1;" value="Hạ xuống tầng 1" vertex="1">
          <mxGeometry height="60" width="120" x="3143" y="-2134" as="geometry" />
        </mxCell>
        <mxCell id="Hq5QgyVw3-6yqGqQHbII-33" edge="1" parent="1" source="Hq5QgyVw3-6yqGqQHbII-29" style="endArrow=classic;html=1;rounded=0;exitX=0.5;exitY=1;exitDx=0;exitDy=0;entryX=0.5;entryY=0;entryDx=0;entryDy=0;" target="Hq5QgyVw3-6yqGqQHbII-32" value="">
          <mxGeometry height="50" relative="1" width="50" as="geometry">
            <mxPoint x="3458" y="-2164" as="sourcePoint" />
            <mxPoint x="3508" y="-2214" as="targetPoint" />
          </mxGeometry>
        </mxCell>
        <mxCell id="Hq5QgyVw3-6yqGqQHbII-34" edge="1" parent="1" source="Hq5QgyVw3-6yqGqQHbII-15" style="endArrow=classic;html=1;rounded=0;exitX=0.5;exitY=1;exitDx=0;exitDy=0;entryX=0.5;entryY=0;entryDx=0;entryDy=0;" target="Hq5QgyVw3-6yqGqQHbII-16" value="">
          <mxGeometry height="50" relative="1" width="50" as="geometry">
            <mxPoint x="2447" y="-2017" as="sourcePoint" />
            <mxPoint x="2497" y="-2067" as="targetPoint" />
          </mxGeometry>
        </mxCell>
        <mxCell id="Hq5QgyVw3-6yqGqQHbII-35" parent="1" style="rounded=0;whiteSpace=wrap;html=1;" value="Đưa xe ra cổng&amp;nbsp;" vertex="1">
          <mxGeometry height="60" width="120" x="2681" y="-2048" as="geometry" />
        </mxCell>
        <mxCell id="Hq5QgyVw3-6yqGqQHbII-36" parent="1" style="rounded=0;whiteSpace=wrap;html=1;" value="Đưa xe ra cổng&amp;nbsp;" vertex="1">
          <mxGeometry height="60" width="120" x="2826" y="-2048" as="geometry" />
        </mxCell>
        <mxCell id="Hq5QgyVw3-6yqGqQHbII-37" parent="1" style="rounded=0;whiteSpace=wrap;html=1;" value="Đưa xe ra cổng&amp;nbsp;" vertex="1">
          <mxGeometry height="60" width="120" x="2983" y="-2048" as="geometry" />
        </mxCell>
        <mxCell id="Hq5QgyVw3-6yqGqQHbII-38" parent="1" style="rounded=0;whiteSpace=wrap;html=1;" value="Đưa xe ra cổng&amp;nbsp;" vertex="1">
          <mxGeometry height="60" width="120" x="3140" y="-2048" as="geometry" />
        </mxCell>
        <mxCell id="Hq5QgyVw3-6yqGqQHbII-39" edge="1" parent="1" source="Hq5QgyVw3-6yqGqQHbII-23" style="endArrow=classic;html=1;rounded=0;exitX=0.5;exitY=1;exitDx=0;exitDy=0;" target="Hq5QgyVw3-6yqGqQHbII-35" value="">
          <mxGeometry height="50" relative="1" width="50" as="geometry">
            <mxPoint x="2447" y="-2017" as="sourcePoint" />
            <mxPoint x="2497" y="-2067" as="targetPoint" />
          </mxGeometry>
        </mxCell>
        <mxCell id="Hq5QgyVw3-6yqGqQHbII-41" edge="1" parent="1" source="Hq5QgyVw3-6yqGqQHbII-25" style="endArrow=classic;html=1;rounded=0;exitX=0.5;exitY=1;exitDx=0;exitDy=0;entryX=0.5;entryY=0;entryDx=0;entryDy=0;" target="Hq5QgyVw3-6yqGqQHbII-36" value="">
          <mxGeometry height="50" relative="1" width="50" as="geometry">
            <mxPoint x="2447" y="-2017" as="sourcePoint" />
            <mxPoint x="2497" y="-2067" as="targetPoint" />
          </mxGeometry>
        </mxCell>
        <mxCell id="Hq5QgyVw3-6yqGqQHbII-42" edge="1" parent="1" source="Hq5QgyVw3-6yqGqQHbII-26" style="endArrow=classic;html=1;rounded=0;exitX=0.5;exitY=1;exitDx=0;exitDy=0;entryX=0.5;entryY=0;entryDx=0;entryDy=0;" target="Hq5QgyVw3-6yqGqQHbII-37" value="">
          <mxGeometry height="50" relative="1" width="50" as="geometry">
            <mxPoint x="2447" y="-2017" as="sourcePoint" />
            <mxPoint x="2497" y="-2067" as="targetPoint" />
          </mxGeometry>
        </mxCell>
        <mxCell id="Hq5QgyVw3-6yqGqQHbII-43" edge="1" parent="1" source="Hq5QgyVw3-6yqGqQHbII-32" style="endArrow=classic;html=1;rounded=0;exitX=0.5;exitY=1;exitDx=0;exitDy=0;entryX=0.5;entryY=0;entryDx=0;entryDy=0;" target="Hq5QgyVw3-6yqGqQHbII-38" value="">
          <mxGeometry height="50" relative="1" width="50" as="geometry">
            <mxPoint x="2607" y="-2084" as="sourcePoint" />
            <mxPoint x="2657" y="-2134" as="targetPoint" />
          </mxGeometry>
        </mxCell>
+         <mxCell id="Hq5QgyVw3-6yqGqQHbII-44" edge="1" parent="1" source="qodCVxMkwnfkt2WPn_CC-28" style="endArrow=classic;html=1;rounded=0;exitX=0.5;exitY=1;exitDx=0;exitDy=0;" value="">
+           <mxGeometry height="50" relative="1" width="50" as="geometry">
+             <Array as="points">
+               <mxPoint x="1601" y="-1778" />
+             </Array>
+             <mxPoint x="1694" y="-2023" as="sourcePoint" />
+             <mxPoint x="339" y="-1762" as="targetPoint" />
+           </mxGeometry>
+         </mxCell>
+         <mxCell id="Hq5QgyVw3-6yqGqQHbII-45" edge="1" parent="1" style="endArrow=classic;html=1;rounded=0;entryX=0;entryY=0.5;entryDx=0;entryDy=0;" target="gv57a_h_J0GcEr8g6lP8-4" value="">
+           <mxGeometry height="50" relative="1" width="50" as="geometry">
+             <Array as="points">
+               <mxPoint x="339" y="-2718" />
+             </Array>
+             <mxPoint x="349" y="-1765" as="sourcePoint" />
+             <mxPoint x="1744" y="-2073" as="targetPoint" />
+           </mxGeometry>
+         </mxCell>
+         <mxCell id="Hq5QgyVw3-6yqGqQHbII-46" edge="1" parent="1" source="Hq5QgyVw3-6yqGqQHbII-8" style="endArrow=classic;html=1;rounded=0;exitX=0.5;exitY=1;exitDx=0;exitDy=0;" value="">
+           <mxGeometry height="50" relative="1" width="50" as="geometry">
+             <Array as="points">
+               <mxPoint x="1985" y="-1776" />
+             </Array>
+             <mxPoint x="2117" y="-2023" as="sourcePoint" />
+             <mxPoint x="3375" y="-1801" as="targetPoint" />
+           </mxGeometry>
+         </mxCell>
+         <mxCell id="Hq5QgyVw3-6yqGqQHbII-47" edge="1" parent="1" style="endArrow=classic;html=1;rounded=0;entryX=1;entryY=0.5;entryDx=0;entryDy=0;" target="gv57a_h_J0GcEr8g6lP8-4" value="">
+           <mxGeometry height="50" relative="1" width="50" as="geometry">
+             <Array as="points">
+               <mxPoint x="3375" y="-2732" />
+             </Array>
+             <mxPoint x="3375" y="-1799" as="sourcePoint" />
+             <mxPoint x="2167" y="-2073" as="targetPoint" />
+           </mxGeometry>
+         </mxCell>
+         <mxCell id="Hq5QgyVw3-6yqGqQHbII-48" edge="1" parent="1" source="Hq5QgyVw3-6yqGqQHbII-10" style="endArrow=classic;html=1;rounded=0;exitX=0.5;exitY=1;exitDx=0;exitDy=0;" value="">
+           <mxGeometry height="50" relative="1" width="50" as="geometry">
+             <mxPoint x="2117" y="-2023" as="sourcePoint" />
+             <mxPoint x="2130" y="-1765" as="targetPoint" />
+           </mxGeometry>
+         </mxCell>
+         <mxCell id="Hq5QgyVw3-6yqGqQHbII-49" edge="1" parent="1" style="endArrow=classic;html=1;rounded=0;exitX=0.5;exitY=1;exitDx=0;exitDy=0;" value="">
+           <mxGeometry height="50" relative="1" width="50" as="geometry">
+             <mxPoint x="2289" y="-2124" as="sourcePoint" />
+             <mxPoint x="2289" y="-1763" as="targetPoint" />
+           </mxGeometry>
+         </mxCell>
      </root>
    </mxGraphModel>
  </diagram>
</mxfile>
